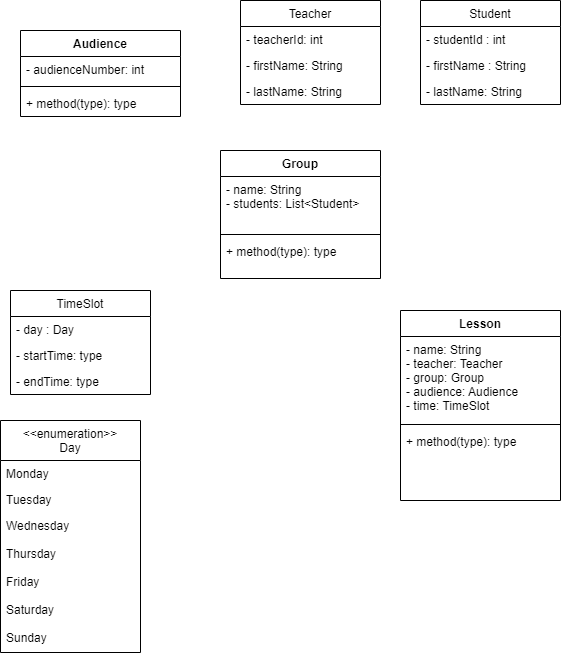
Above: university-uml.drawio.png in vl4dikk/university-timetable (draw.io), before the change. Source tidied: cells renumbered, new cells last; positions are measured from the earlier drawing's top-left corner, leaving out a move shared by most shapes.
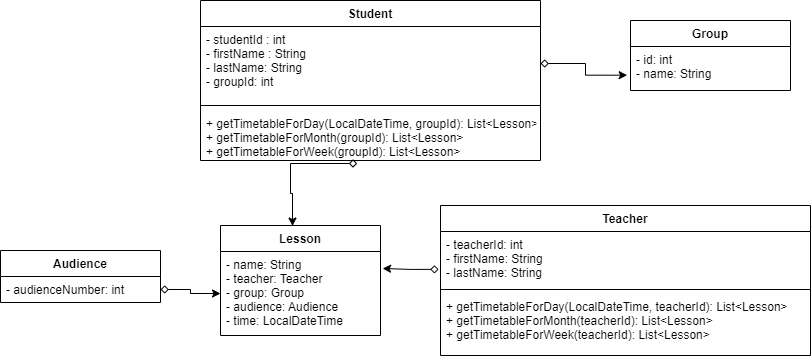
Above is the later version.

Commit message:
added methods and connections

What changed in the source:
```diff
@@ -2,101 +2,70 @@
   <root>
     <mxCell id="0" />
     <mxCell id="1" parent="0" />
-    <mxCell id="2" value="Student" style="swimlane;fontStyle=0;horizontal=1;startSize=26;fillColor=none;" parent="1" vertex="1">
-      <mxGeometry x="420" width="140" height="104" as="geometry" />
-    </mxCell>
-    <mxCell id="3" value="- studentId : int" style="text;strokeColor=none;fillColor=none;align=left;verticalAlign=top;spacingLeft=4;spacingRight=4;overflow=hidden;" parent="2" vertex="1">
-      <mxGeometry y="26" width="140" height="26" as="geometry" />
-    </mxCell>
-    <mxCell id="4" value="- firstName : String" style="text;strokeColor=none;fillColor=none;align=left;verticalAlign=top;spacingLeft=4;spacingRight=4;overflow=hidden;" parent="2" vertex="1">
-      <mxGeometry y="52" width="140" height="26" as="geometry" />
-    </mxCell>
-    <mxCell id="5" value="- lastName: String" style="text;strokeColor=none;fillColor=none;align=left;verticalAlign=top;spacingLeft=4;spacingRight=4;overflow=hidden;" parent="2" vertex="1">
-      <mxGeometry y="78" width="140" height="26" as="geometry" />
-    </mxCell>
-    <mxCell id="6" value="Teacher" style="swimlane;fontStyle=0;horizontal=1;startSize=26;fillColor=none;" parent="1" vertex="1">
-      <mxGeometry x="240" width="140" height="104" as="geometry" />
-    </mxCell>
-    <mxCell id="7" value="- teacherId: int" style="text;strokeColor=none;fillColor=none;align=left;verticalAlign=top;spacingLeft=4;spacingRight=4;overflow=hidden;" parent="6" vertex="1">
-      <mxGeometry y="26" width="140" height="26" as="geometry" />
-    </mxCell>
-    <mxCell id="8" value="- firstName: String" style="text;strokeColor=none;fillColor=none;align=left;verticalAlign=top;spacingLeft=4;spacingRight=4;overflow=hidden;" parent="6" vertex="1">
-      <mxGeometry y="52" width="140" height="26" as="geometry" />
-    </mxCell>
-    <mxCell id="9" value="- lastName: String" style="text;strokeColor=none;fillColor=none;align=left;verticalAlign=top;spacingLeft=4;spacingRight=4;overflow=hidden;" parent="6" vertex="1">
-      <mxGeometry y="78" width="140" height="26" as="geometry" />
-    </mxCell>
     <mxCell id="10" value="Group" style="swimlane;fontStyle=1;align=center;verticalAlign=top;horizontal=1;startSize=26;" parent="1" vertex="1">
-      <mxGeometry x="220" y="150" width="160" height="128" as="geometry" />
+      <mxGeometry x="600" y="30" width="160" height="70" as="geometry" />
     </mxCell>
-    <mxCell id="11" value="- name: String &#10;- students: List&lt;Student&gt;" style="text;strokeColor=none;fillColor=none;align=left;verticalAlign=top;spacingLeft=4;spacingRight=4;overflow=hidden;points=[[0,0.5],[1,0.5]];portConstraint=eastwest;" parent="10" vertex="1">
-      <mxGeometry y="26" width="160" height="54" as="geometry" />
+    <mxCell id="11" value="- id: int  &#10;- name: String " style="text;strokeColor=none;fillColor=none;align=left;verticalAlign=top;spacingLeft=4;spacingRight=4;overflow=hidden;points=[[0,0.5],[1,0.5]];portConstraint=eastwest;" parent="10" vertex="1">
+      <mxGeometry y="26" width="160" height="44" as="geometry" />
     </mxCell>
-    <mxCell id="12" style="line;strokeWidth=1;fillColor=none;align=left;verticalAlign=middle;spacingTop=-1;spacingLeft=3;spacingRight=3;labelPosition=right;strokeColor=inherit;" parent="10" vertex="1">
-      <mxGeometry y="80" width="160" height="8" as="geometry" />
-    </mxCell>
-    <mxCell id="13" value="+ method(type): type" style="text;strokeColor=none;fillColor=none;align=left;verticalAlign=top;spacingLeft=4;spacingRight=4;overflow=hidden;" parent="10" vertex="1">
-      <mxGeometry y="88" width="160" height="40" as="geometry" />
-    </mxCell>
     <mxCell id="14" value="Audience" style="swimlane;fontStyle=1;align=center;verticalAlign=top;horizontal=1;startSize=26;" parent="1" vertex="1">
-      <mxGeometry x="20" y="30" width="160" height="86" as="geometry" />
+      <mxGeometry x="-30" y="260" width="160" height="52" as="geometry" />
     </mxCell>
     <mxCell id="15" value="- audienceNumber: int" style="text;strokeColor=none;fillColor=none;align=left;verticalAlign=top;spacingLeft=4;spacingRight=4;overflow=hidden;points=[[0,0.5],[1,0.5]];portConstraint=eastwest;" parent="14" vertex="1">
       <mxGeometry y="26" width="160" height="26" as="geometry" />
     </mxCell>
-    <mxCell id="16" style="line;strokeWidth=1;fillColor=none;align=left;verticalAlign=middle;spacingTop=-1;spacingLeft=3;spacingRight=3;labelPosition=right;strokeColor=inherit;" parent="14" vertex="1">
-      <mxGeometry y="52" width="160" height="8" as="geometry" />
-    </mxCell>
-    <mxCell id="17" value="+ method(type): type" style="text;strokeColor=none;fillColor=none;align=left;verticalAlign=top;spacingLeft=4;spacingRight=4;overflow=hidden;" parent="14" vertex="1">
-      <mxGeometry y="60" width="160" height="26" as="geometry" />
-    </mxCell>
-    <mxCell id="18" value="TimeSlot" style="swimlane;fontStyle=0;horizontal=1;startSize=26;fillColor=none;" parent="1" vertex="1">
-      <mxGeometry x="10" y="290" width="140" height="104" as="geometry" />
-    </mxCell>
-    <mxCell id="19" value="- day : Day" style="text;strokeColor=none;fillColor=none;align=left;verticalAlign=top;spacingLeft=4;spacingRight=4;overflow=hidden;" parent="18" vertex="1">
-      <mxGeometry y="26" width="140" height="26" as="geometry" />
-    </mxCell>
-    <mxCell id="20" value="- startTime: type" style="text;strokeColor=none;fillColor=none;align=left;verticalAlign=top;spacingLeft=4;spacingRight=4;overflow=hidden;" parent="18" vertex="1">
-      <mxGeometry y="52" width="140" height="26" as="geometry" />
-    </mxCell>
-    <mxCell id="21" value="- endTime: type" style="text;strokeColor=none;fillColor=none;align=left;verticalAlign=top;spacingLeft=4;spacingRight=4;overflow=hidden;" parent="18" vertex="1">
-      <mxGeometry y="78" width="140" height="26" as="geometry" />
-    </mxCell>
-    <mxCell id="22" value="&lt;&lt;enumeration&gt;&gt;&#10;Day" style="swimlane;fontStyle=0;horizontal=1;startSize=40;fillColor=none;" parent="1" vertex="1">
-      <mxGeometry y="420" width="140" height="232" as="geometry" />
-    </mxCell>
-    <mxCell id="23" value="Monday" style="text;strokeColor=none;fillColor=none;align=left;verticalAlign=top;spacingLeft=4;spacingRight=4;overflow=hidden;" parent="22" vertex="1">
-      <mxGeometry y="40" width="140" height="26" as="geometry" />
-    </mxCell>
-    <mxCell id="24" value="Tuesday" style="text;strokeColor=none;fillColor=none;align=left;verticalAlign=top;spacingLeft=4;spacingRight=4;overflow=hidden;" parent="22" vertex="1">
-      <mxGeometry y="66" width="140" height="26" as="geometry" />
-    </mxCell>
-    <mxCell id="25" value="Wednesday&#10;" style="text;strokeColor=none;fillColor=none;align=left;verticalAlign=top;spacingLeft=4;spacingRight=4;overflow=hidden;" parent="22" vertex="1">
-      <mxGeometry y="92" width="140" height="28" as="geometry" />
-    </mxCell>
-    <mxCell id="26" value="Thursday" style="text;strokeColor=none;fillColor=none;align=left;verticalAlign=top;spacingLeft=4;spacingRight=4;overflow=hidden;" parent="22" vertex="1">
-      <mxGeometry y="120" width="140" height="28" as="geometry" />
-    </mxCell>
-    <mxCell id="27" value="Friday" style="text;strokeColor=none;fillColor=none;align=left;verticalAlign=top;spacingLeft=4;spacingRight=4;overflow=hidden;" parent="22" vertex="1">
-      <mxGeometry y="148" width="140" height="28" as="geometry" />
-    </mxCell>
-    <mxCell id="28" value="Saturday" style="text;strokeColor=none;fillColor=none;align=left;verticalAlign=top;spacingLeft=4;spacingRight=4;overflow=hidden;" parent="22" vertex="1">
-      <mxGeometry y="176" width="140" height="28" as="geometry" />
-    </mxCell>
-    <mxCell id="29" value="Sunday" style="text;strokeColor=none;fillColor=none;align=left;verticalAlign=top;spacingLeft=4;spacingRight=4;overflow=hidden;" parent="22" vertex="1">
-      <mxGeometry y="204" width="140" height="28" as="geometry" />
-    </mxCell>
     <mxCell id="30" value="Lesson" style="swimlane;fontStyle=1;align=center;verticalAlign=top;horizontal=1;startSize=26;" parent="1" vertex="1">
-      <mxGeometry x="400" y="310" width="160" height="190" as="geometry" />
+      <mxGeometry x="190" y="235" width="160" height="110" as="geometry" />
     </mxCell>
-    <mxCell id="31" value="- name: String&#10;- teacher: Teacher&#10;- group: Group&#10;- audience: Audience&#10;- time: TimeSlot" style="text;strokeColor=none;fillColor=none;align=left;verticalAlign=top;spacingLeft=4;spacingRight=4;overflow=hidden;points=[[0,0.5],[1,0.5]];portConstraint=eastwest;" parent="30" vertex="1">
+    <mxCell id="31" value="- name: String&#10;- teacher: Teacher&#10;- group: Group&#10;- audience: Audience&#10;- time: LocalDateTime" style="text;strokeColor=none;fillColor=none;align=left;verticalAlign=top;spacingLeft=4;spacingRight=4;overflow=hidden;points=[[0,0.5],[1,0.5]];portConstraint=eastwest;" parent="30" vertex="1">
       <mxGeometry y="26" width="160" height="84" as="geometry" />
     </mxCell>
-    <mxCell id="32" style="line;strokeWidth=1;fillColor=none;align=left;verticalAlign=middle;spacingTop=-1;spacingLeft=3;spacingRight=3;labelPosition=right;strokeColor=inherit;" parent="30" vertex="1">
-      <mxGeometry y="110" width="160" height="8" as="geometry" />
-    </mxCell>
-    <mxCell id="33" value="+ method(type): type" style="text;strokeColor=none;fillColor=none;align=left;verticalAlign=top;spacingLeft=4;spacingRight=4;overflow=hidden;" parent="30" vertex="1">
-      <mxGeometry y="118" width="160" height="72" as="geometry" />
-    </mxCell>
+    <mxCell id="34" style="edgeStyle=orthogonalEdgeStyle;rounded=0;jettySize=auto;html=1;entryX=0.45;entryY=0.005;entryDx=0;entryDy=0;entryPerimeter=0;startArrow=diamond;startFill=0;exitX=0.461;exitY=1.06;exitDx=0;exitDy=0;exitPerimeter=0;" parent="1" edge="1" source="39" target="30">
+      <mxGeometry relative="1" as="geometry">
+        <Array as="points">
+          <mxPoint x="260" y="173" />
+          <mxPoint x="260" y="203" />
+          <mxPoint x="262" y="203" />
+        </Array>
+      </mxGeometry>
+    </mxCell>
+    <mxCell id="35" style="edgeStyle=orthogonalEdgeStyle;rounded=0;jettySize=auto;html=1;entryX=1.013;entryY=0.202;entryDx=0;entryDy=0;entryPerimeter=0;startArrow=diamond;startFill=0;exitX=-0.005;exitY=0.701;exitDx=0;exitDy=0;exitPerimeter=0;" parent="1" edge="1" source="41" target="31">
+      <mxGeometry relative="1" as="geometry" />
+    </mxCell>
+    <mxCell id="36" style="edgeStyle=orthogonalEdgeStyle;rounded=0;jettySize=auto;html=1;startArrow=diamond;startFill=0;" parent="1" edge="1" source="15" target="31">
+      <mxGeometry relative="1" as="geometry">
+        <Array as="points">
+          <mxPoint x="160" y="299" />
+          <mxPoint x="160" y="303" />
+        </Array>
+      </mxGeometry>
+    </mxCell>
+    <mxCell id="2" value="Student" style="swimlane;fontStyle=1;align=center;verticalAlign=top;horizontal=1;startSize=26;" parent="1" vertex="1">
+      <mxGeometry x="170" y="10" width="340" height="160" as="geometry" />
+    </mxCell>
+    <mxCell id="37" value="- studentId : int&#10;- firstName : String&#10;- lastName: String&#10;- groupId: int" style="text;strokeColor=none;fillColor=none;align=left;verticalAlign=top;spacingLeft=4;spacingRight=4;overflow=hidden;points=[[0,0.5],[1,0.5]];portConstraint=eastwest;" parent="2" vertex="1">
+      <mxGeometry y="26" width="340" height="74" as="geometry" />
+    </mxCell>
+    <mxCell id="38" style="line;strokeWidth=1;fillColor=none;align=left;verticalAlign=middle;spacingTop=-1;spacingLeft=3;spacingRight=3;labelPosition=right;strokeColor=inherit;" parent="2" vertex="1">
+      <mxGeometry y="100" width="340" height="10" as="geometry" />
+    </mxCell>
+    <mxCell id="39" value="+ getTimetableForDay(LocalDateTime, groupId): List&lt;Lesson&gt;&#10;+ getTimetableForMonth(groupId): List&lt;Lesson&gt;&#10;+ getTimetableForWeek(groupId): List&lt;Lesson&gt;" style="text;strokeColor=none;fillColor=none;align=left;verticalAlign=top;spacingLeft=4;spacingRight=4;overflow=hidden;points=[[0,0.5],[1,0.5]];portConstraint=eastwest;" parent="2" vertex="1">
+      <mxGeometry y="110" width="340" height="50" as="geometry" />
+    </mxCell>
+    <mxCell id="40" style="edgeStyle=orthogonalEdgeStyle;rounded=0;jettySize=auto;html=1;entryX=-0.021;entryY=0.652;entryDx=0;entryDy=0;entryPerimeter=0;startArrow=diamond;startFill=0;" parent="1" edge="1" source="37" target="11">
+      <mxGeometry relative="1" as="geometry" />
+    </mxCell>
+    <mxCell id="6" value="Teacher" style="swimlane;fontStyle=1;align=center;verticalAlign=top;horizontal=1;startSize=26;" parent="1" vertex="1">
+      <mxGeometry x="410" y="215" width="370" height="150" as="geometry" />
+    </mxCell>
+    <mxCell id="41" value="- teacherId: int&#10;- firstName: String&#10;- lastName: String" style="text;strokeColor=none;fillColor=none;align=left;verticalAlign=top;spacingLeft=4;spacingRight=4;overflow=hidden;points=[[0,0.5],[1,0.5]];portConstraint=eastwest;" parent="6" vertex="1">
+      <mxGeometry y="26" width="370" height="54" as="geometry" />
+    </mxCell>
+    <mxCell id="42" style="line;strokeWidth=1;fillColor=none;align=left;verticalAlign=middle;spacingTop=-1;spacingLeft=3;spacingRight=3;labelPosition=right;strokeColor=inherit;" parent="6" vertex="1">
+      <mxGeometry y="80" width="370" height="8" as="geometry" />
+    </mxCell>
+    <mxCell id="43" value="+ getTimetableForDay(LocalDateTime, teacherId): List&lt;Lesson&gt;&#10;+ getTimetableForMonth(teacherId): List&lt;Lesson&gt;&#10;+ getTimetableForWeek(teacherId): List&lt;Lesson&gt;" style="text;strokeColor=none;fillColor=none;align=left;verticalAlign=top;spacingLeft=4;spacingRight=4;overflow=hidden;" parent="6" vertex="1">
+      <mxGeometry y="88" width="370" height="62" as="geometry" />
+    </mxCell>
   </root>
 </mxGraphModel>
```
